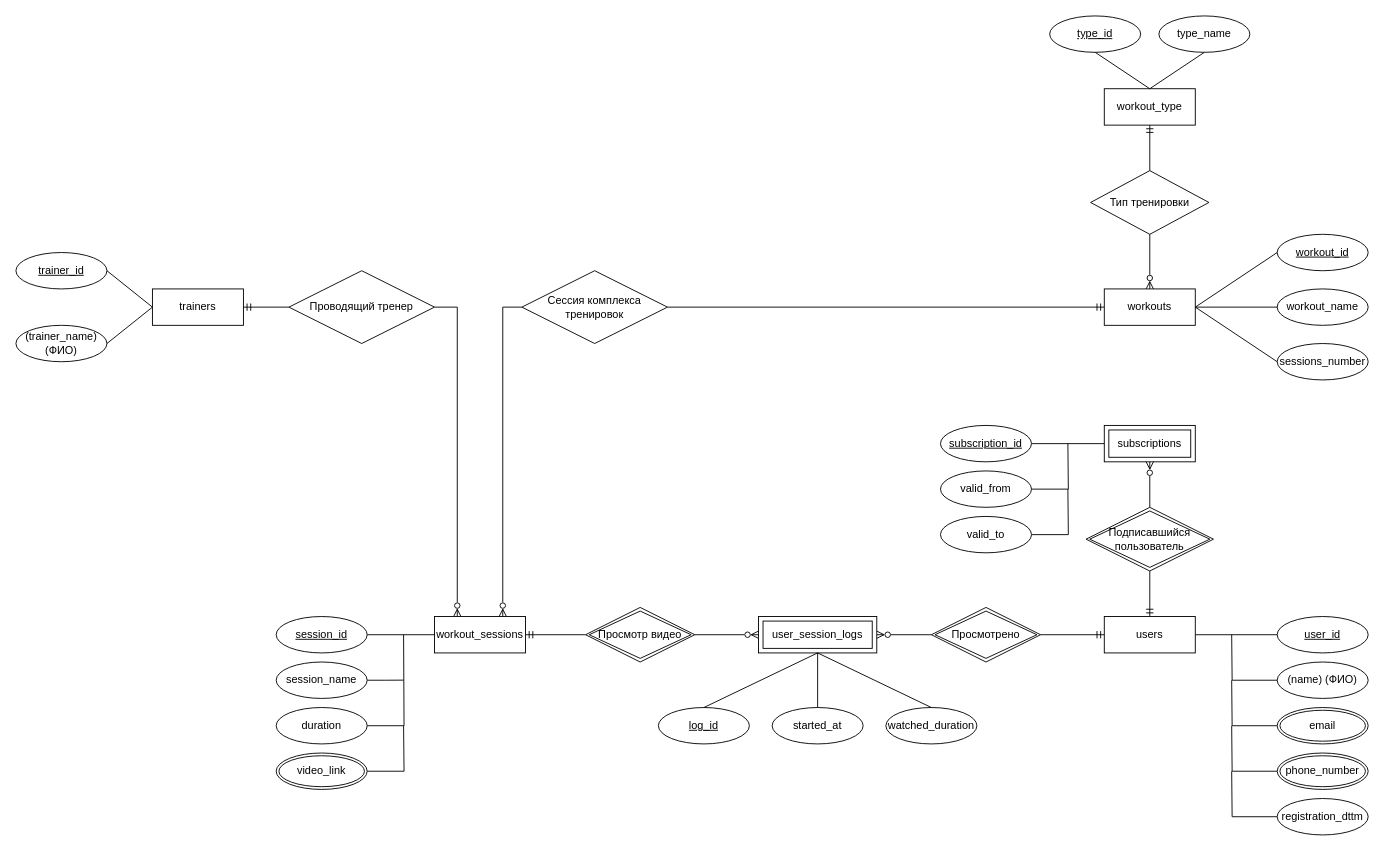
Above: drawio/conceptual.drawio in Krahjotdaan/db-cource-project (draw.io), before the change. Source tidied: cells renumbered, new cells numbered last; positions are measured from the earlier drawing's top-left corner, leaving out a move shared by most shapes. Both pictures are drawn from the tidied source at 91%, with x=0, y=0 at pixel (15, 15).
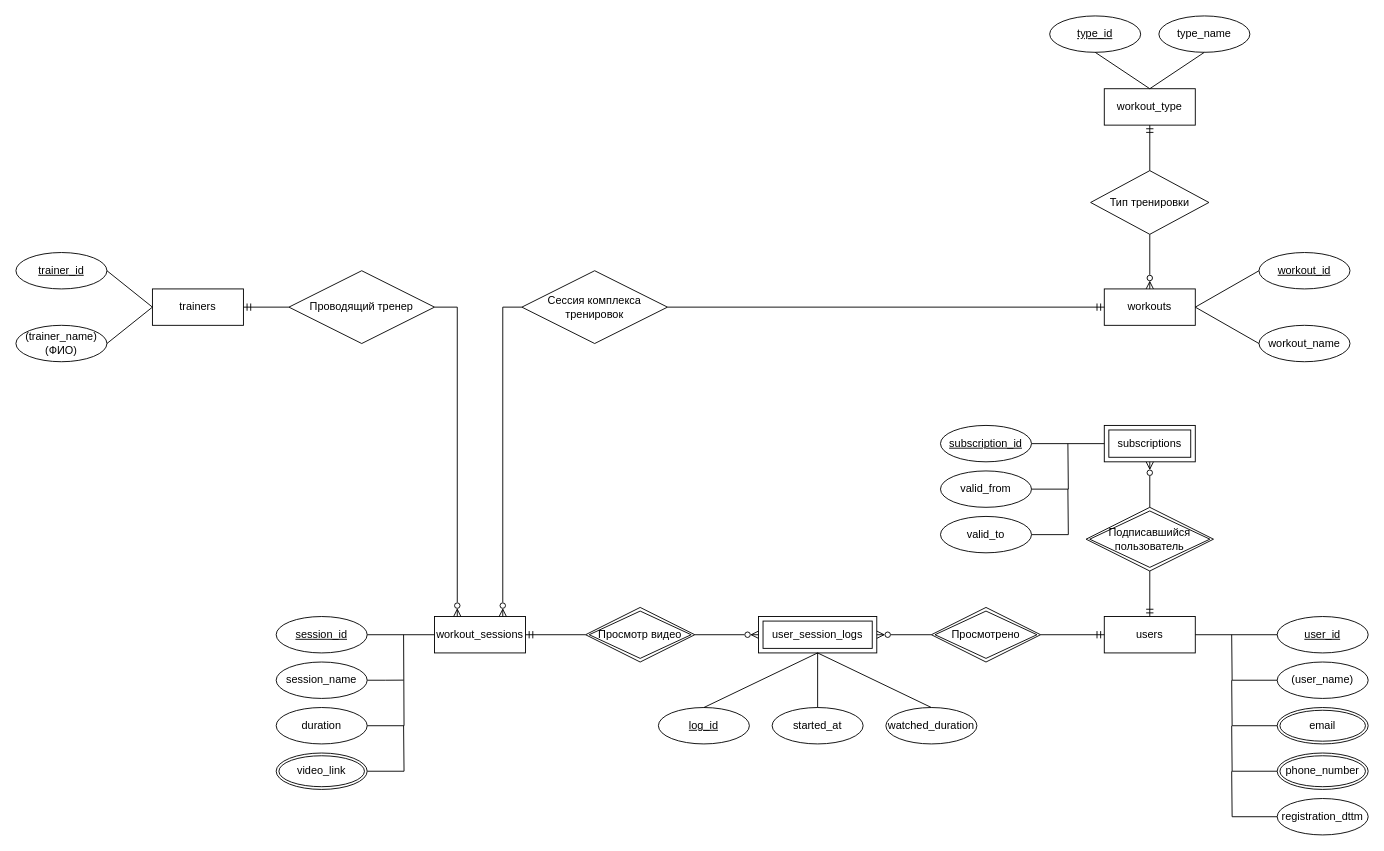
Above is the later version.

The change refers to these unchanged cells:
```xml
<mxCell id="23" value="workouts" style="whiteSpace=wrap;html=1;align=center;" parent="1" vertex="1">
  <mxGeometry x="1196" y="300" width="100" height="40" as="geometry" />
</mxCell>
```

What changed in the source:
```diff
@@
-    <mxCell id="6" value="(name) (ФИО)" style="ellipse;whiteSpace=wrap;html=1;align=center;" parent="1" vertex="1">
+    <mxCell id="6" value="(user_name)" style="ellipse;whiteSpace=wrap;html=1;align=center;" parent="1" vertex="1">
       <mxGeometry x="1386" y="710" width="100" height="40" as="geometry" />
     </mxCell>
@@
     <mxCell id="24" value="&lt;u&gt;workout_id&lt;/u&gt;" style="ellipse;whiteSpace=wrap;html=1;align=center;" parent="1" vertex="1">
-      <mxGeometry x="1386" y="240" width="100" height="40" as="geometry" />
+      <mxGeometry x="1366" y="260" width="100" height="40" as="geometry" />
     </mxCell>
     <mxCell id="25" value="workout_name" style="ellipse;whiteSpace=wrap;html=1;align=center;" parent="1" vertex="1">
-      <mxGeometry x="1386" y="300" width="100" height="40" as="geometry" />
+      <mxGeometry x="1366" y="340" width="100" height="40" as="geometry" />
     </mxCell>
-    <mxCell id="26" value="sessions_number" style="ellipse;whiteSpace=wrap;html=1;align=center;" parent="1" vertex="1">
-      <mxGeometry x="1386" y="360" width="100" height="40" as="geometry" />
-    </mxCell>
@@
-    <mxCell id="29" style="endArrow=none;html=1;rounded=0;entryX=0;entryY=0.5;entryDx=0;entryDy=0;exitX=1;exitY=0.5;exitDx=0;exitDy=0;" parent="1" edge="1" source="23" target="26">
-      <mxGeometry relative="1" as="geometry" />
-    </mxCell>
```
